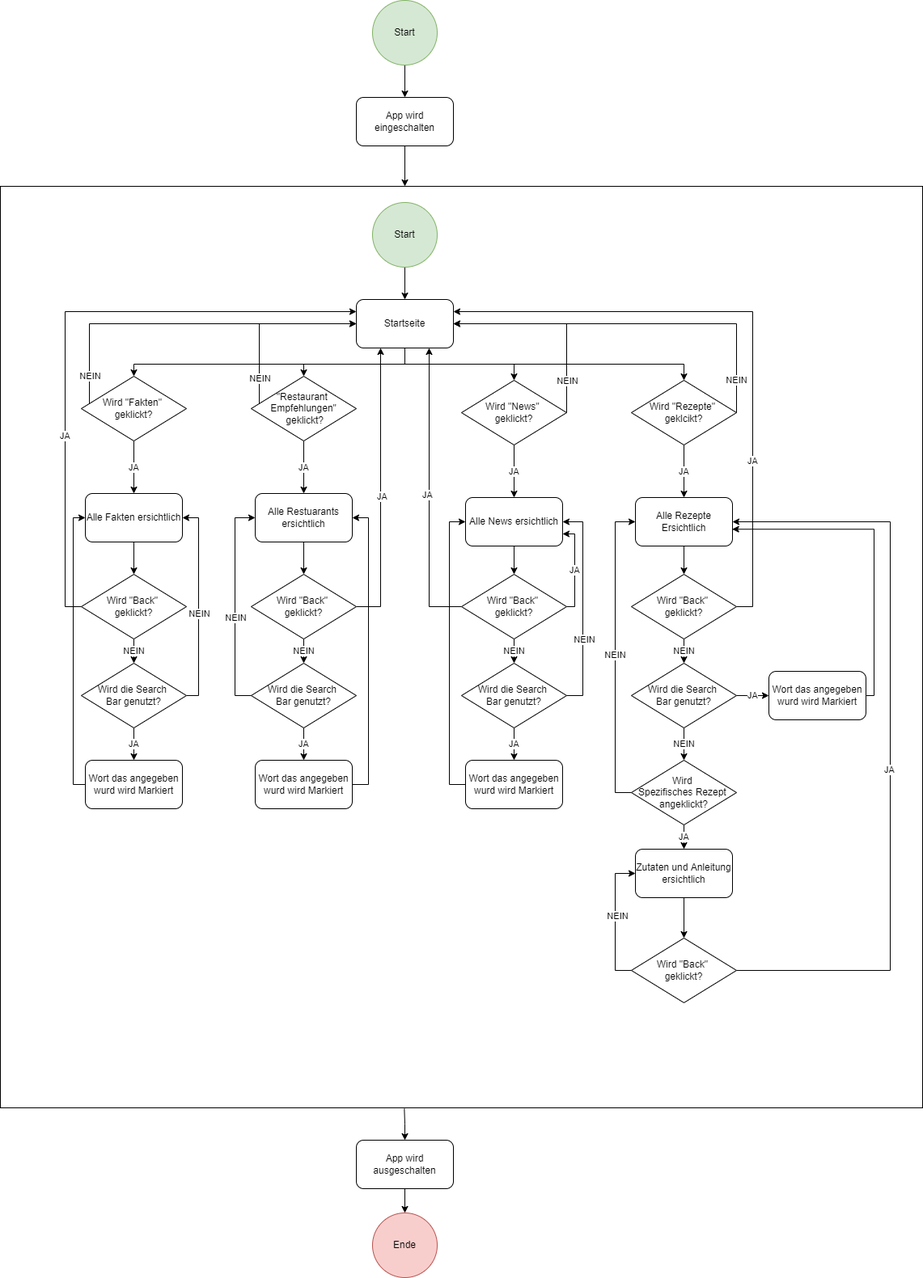
The draw.io diagram doc/Diagram/AblaufDiagram.png in eminaheinz/m335, before a commit. Source tidied: cells renumbered, new cells last; positions are measured from the earlier drawing's top-left corner, leaving out a move shared by most shapes.
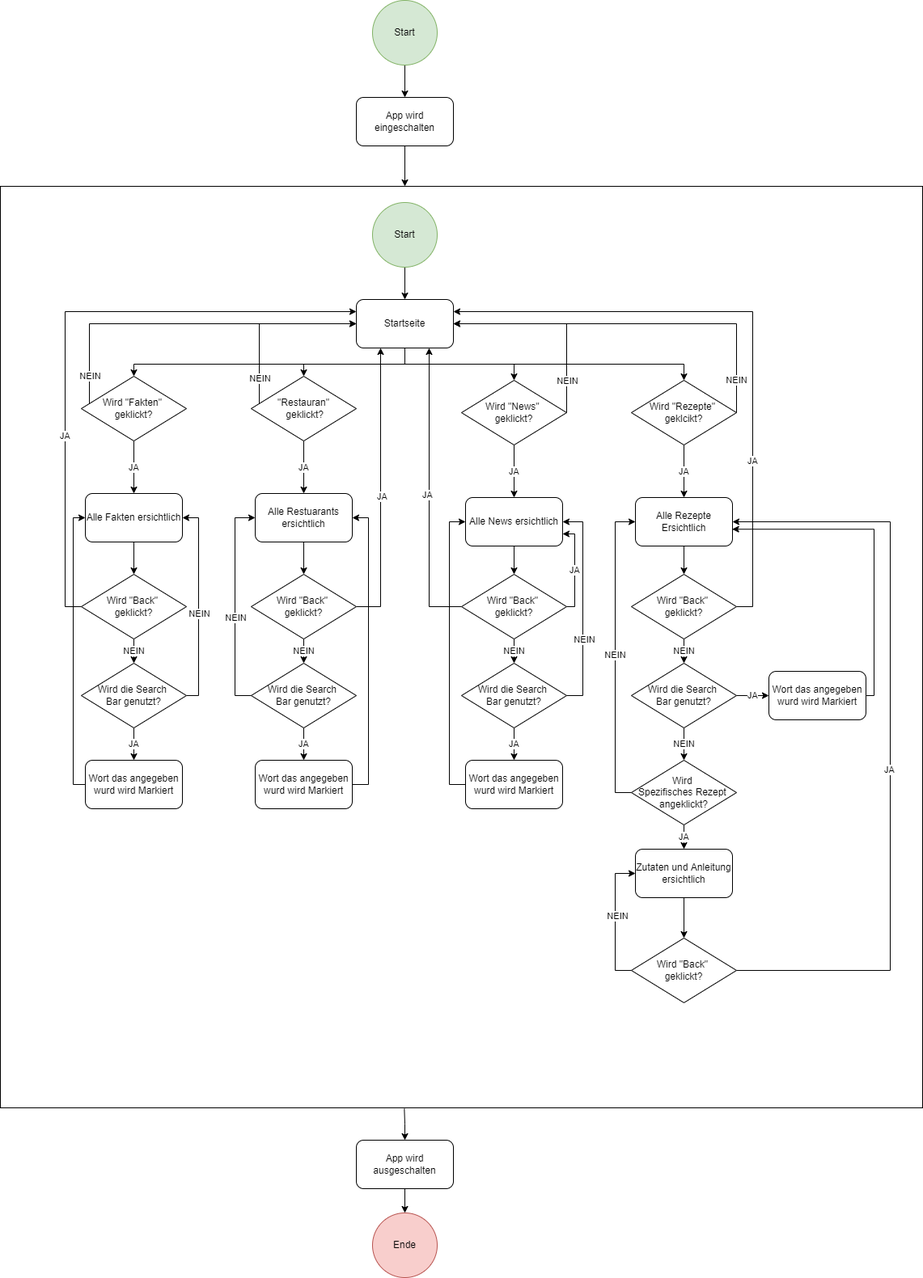
Later version of the same file.

The edit, as a diff of the source:
```diff
@@ -103,7 +103,7 @@
     <mxCell id="23" value="NEIN" style="edgeLabel;html=1;align=center;verticalAlign=middle;" parent="22" vertex="1">
       <mxGeometry x="-0.72" relative="1" as="geometry" />
     </mxCell>
-    <mxCell id="24" value="&quot;Restaurant &lt;br&gt;Empfehlungen&quot;&lt;br&gt;&amp;nbsp;geklickt?" style="rhombus;whiteSpace=wrap;html=1;" parent="1" vertex="1">
+    <mxCell id="24" value="&quot;Restauran&quot;&lt;br&gt;&amp;nbsp;geklickt?" style="rhombus;whiteSpace=wrap;html=1;" parent="1" vertex="1">
       <mxGeometry x="310" y="465" width="130" height="80" as="geometry" />
     </mxCell>
     <mxCell id="25" style="edgeStyle=orthogonalEdgeStyle;rounded=0;jettySize=auto;html=1;entryX=0.5;entryY=0;entryDx=0;entryDy=0;" parent="1" edge="1" source="26" target="36">
```
